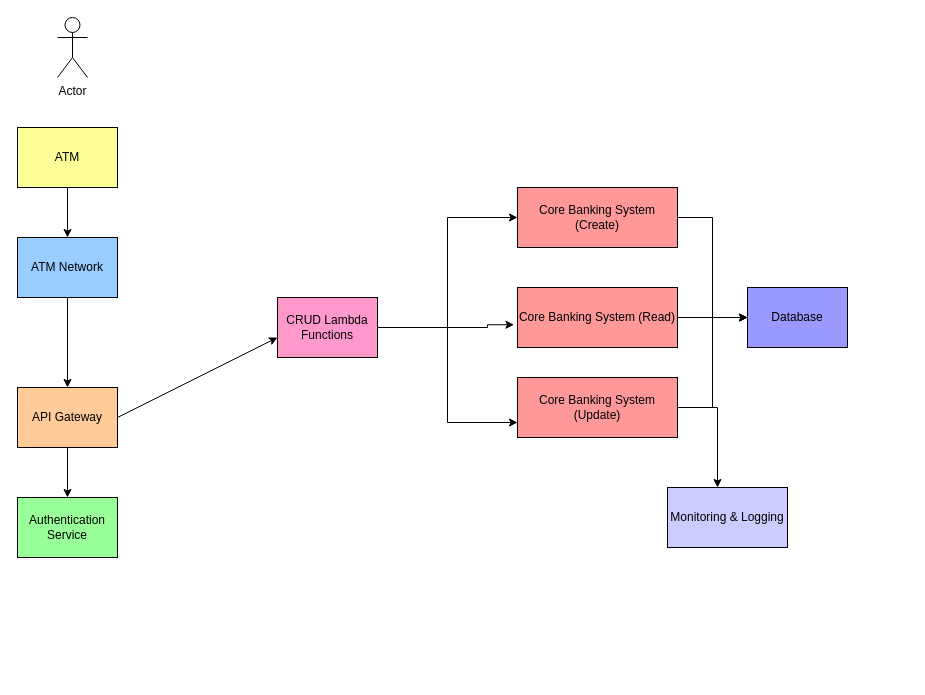
Earlier version of the draw.io diagram page "ATM-Trx-Flow" (2 of 12) of CheckBalanceDiagram.drawio (rajeevattu/starter-rest-api). Source tidied: cells renumbered, new cells numbered last; positions are measured from the earlier drawing's top-left corner, leaving out a move shared by most shapes. Both pictures are drawn from the tidied source at 100%, with x=0, y=0 at pixel (17, 17).
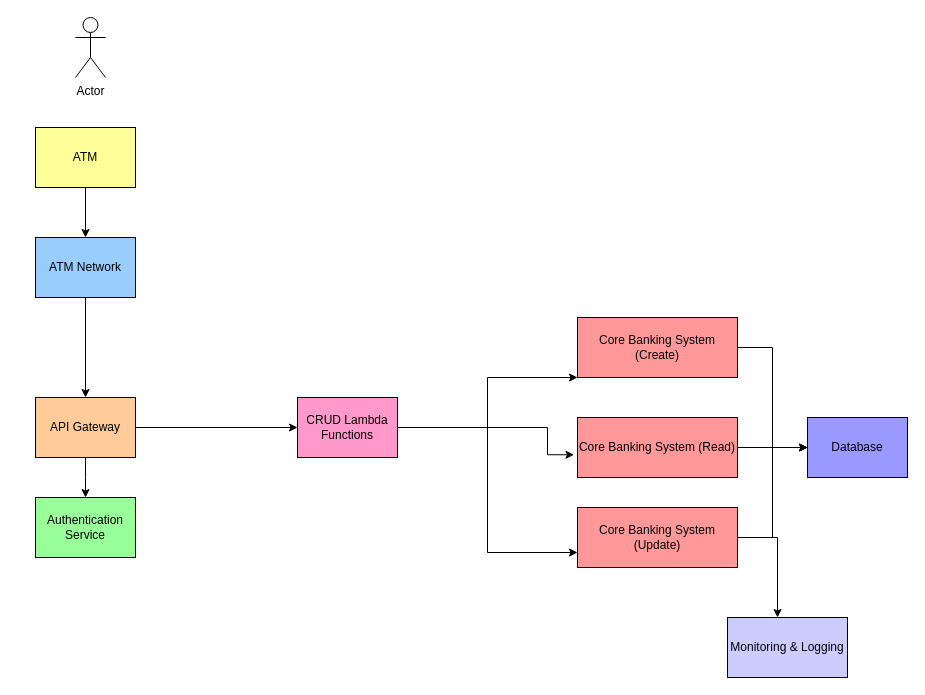
Above is the later version.

Diff of the diagram source:
```diff
@@
     <mxCell id="2" value="ATM" style="rounded=0;whiteSpace=wrap;html=1;fillColor=#FFFF99;strokeColor=#000000;strokeWidth=1;" parent="1" vertex="1">
-      <mxGeometry y="110" width="100" height="60" as="geometry" />
+      <mxGeometry x="18" y="110" width="100" height="60" as="geometry" />
     </mxCell>
     <mxCell id="3" value="ATM Network" style="rounded=0;whiteSpace=wrap;html=1;fillColor=#99CCFF;strokeColor=#000000;strokeWidth=1;" parent="1" vertex="1">
-      <mxGeometry y="220" width="100" height="60" as="geometry" />
+      <mxGeometry x="18" y="220" width="100" height="60" as="geometry" />
     </mxCell>
+    <mxCell id="24" style="edgeStyle=orthogonalEdgeStyle;rounded=0;jettySize=auto;html=1;" parent="1" edge="1" source="4" target="6">
+      <mxGeometry relative="1" as="geometry" />
+    </mxCell>
     <mxCell id="4" value="API Gateway" style="rounded=0;whiteSpace=wrap;html=1;fillColor=#FFCC99;strokeColor=#000000;strokeWidth=1;" parent="1" vertex="1">
-      <mxGeometry y="370" width="100" height="60" as="geometry" />
+      <mxGeometry x="18" y="380" width="100" height="60" as="geometry" />
     </mxCell>
     <mxCell id="5" value="Authentication Service" style="rounded=0;whiteSpace=wrap;html=1;fillColor=#99FF99;strokeColor=#000000;strokeWidth=1;" parent="1" vertex="1">
-      <mxGeometry y="480" width="100" height="60" as="geometry" />
+      <mxGeometry x="18" y="480" width="100" height="60" as="geometry" />
     </mxCell>
     <mxCell id="6" value="CRUD Lambda Functions" style="rounded=0;whiteSpace=wrap;html=1;fillColor=#FF99CC;strokeColor=#000000;strokeWidth=1;" parent="1" vertex="1">
-      <mxGeometry x="260" y="280" width="100" height="60" as="geometry" />
+      <mxGeometry x="280" y="380" width="100" height="60" as="geometry" />
     </mxCell>
     <mxCell id="7" value="Core Banking System (Create)" style="rounded=0;whiteSpace=wrap;html=1;fillColor=#FF9999;strokeColor=#000000;strokeWidth=1;" parent="1" vertex="1">
-      <mxGeometry x="500" y="170" width="160" height="60" as="geometry" />
+      <mxGeometry x="560" y="300" width="160" height="60" as="geometry" />
     </mxCell>
     <mxCell id="8" value="Core Banking System (Read)" style="rounded=0;whiteSpace=wrap;html=1;fillColor=#FF9999;strokeColor=#000000;strokeWidth=1;" parent="1" vertex="1">
-      <mxGeometry x="500" y="270" width="160" height="60" as="geometry" />
+      <mxGeometry x="560" y="400" width="160" height="60" as="geometry" />
     </mxCell>
     <mxCell id="9" value="Core Banking System (Update)" style="rounded=0;whiteSpace=wrap;html=1;fillColor=#FF9999;strokeColor=#000000;strokeWidth=1;" parent="1" vertex="1">
-      <mxGeometry x="500" y="360" width="160" height="60" as="geometry" />
+      <mxGeometry x="560" y="490" width="160" height="60" as="geometry" />
     </mxCell>
     <mxCell id="10" value="Database" style="rounded=0;whiteSpace=wrap;html=1;fillColor=#9999FF;strokeColor=#000000;strokeWidth=1;" parent="1" vertex="1">
-      <mxGeometry x="730" y="270" width="100" height="60" as="geometry" />
+      <mxGeometry x="790" y="400" width="100" height="60" as="geometry" />
     </mxCell>
     <mxCell id="11" value="Monitoring &amp; Logging" style="rounded=0;whiteSpace=wrap;html=1;fillColor=#CCCCFF;strokeColor=#000000;strokeWidth=1;" parent="1" vertex="1">
-      <mxGeometry x="650" y="470" width="120" height="60" as="geometry" />
+      <mxGeometry x="710" y="600" width="120" height="60" as="geometry" />
     </mxCell>
@@
-    <mxCell id="15" style="rounded=0;orthogonal=0;exitX=1;exitY=0.5;exitDx=0;exitDy=0;" parent="1" edge="1" source="4">
-      <mxGeometry relative="1" as="geometry">
-        <mxPoint x="260" y="320" as="targetPoint" />
-      </mxGeometry>
-    </mxCell>
-    <mxCell id="16" style="edgeStyle=elbowEdgeStyle;rounded=0;orthogonal=0;entryX=0;entryY=0.5;entryDx=0;entryDy=0;" parent="1" edge="1" target="7">
+    <mxCell id="16" style="edgeStyle=elbowEdgeStyle;rounded=0;orthogonal=0;entryX=0;entryY=0.5;entryDx=0;entryDy=0;" parent="1" edge="1">
       <mxGeometry relative="1" as="geometry">
-        <mxPoint x="360" y="310" as="sourcePoint" />
+        <mxPoint x="390" y="410" as="sourcePoint" />
+        <mxPoint x="560" y="360" as="targetPoint" />
+        <Array as="points">
+          <mxPoint x="470" y="380" />
+        </Array>
       </mxGeometry>
     </mxCell>
     <mxCell id="17" style="edgeStyle=elbowEdgeStyle;rounded=0;orthogonal=0;entryX=-0.022;entryY=0.621;entryDx=0;entryDy=0;entryPerimeter=0;" parent="1" edge="1" target="8">
       <mxGeometry relative="1" as="geometry">
-        <mxPoint x="370" y="310" as="sourcePoint" />
+        <mxPoint x="430" y="410" as="sourcePoint" />
         <Array as="points">
-          <mxPoint x="470" y="290" />
+          <mxPoint x="530" y="420" />
         </Array>
       </mxGeometry>
     </mxCell>
@@
     <mxCell id="22" style="edgeStyle=elbowEdgeStyle;rounded=0;orthogonal=0;" parent="1" edge="1">
       <mxGeometry relative="1" as="geometry">
-        <mxPoint x="690" y="390" as="sourcePoint" />
-        <mxPoint x="700" y="470" as="targetPoint" />
+        <mxPoint x="750" y="520" as="sourcePoint" />
+        <mxPoint x="760" y="600" as="targetPoint" />
         <Array as="points">
-          <mxPoint x="700" y="500" />
-          <mxPoint x="730" y="360" />
+          <mxPoint x="760" y="630" />
+          <mxPoint x="790" y="490" />
         </Array>
       </mxGeometry>
     </mxCell>
     <mxCell id="23" value="Actor" style="shape=umlActor;verticalLabelPosition=bottom;verticalAlign=top;html=1;" parent="1" vertex="1">
-      <mxGeometry x="40" width="30" height="60" as="geometry" />
+      <mxGeometry x="58" width="30" height="60" as="geometry" />
     </mxCell>
```
